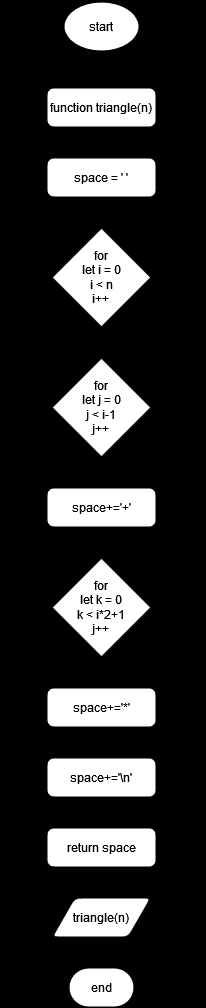
The draw.io diagram flowchart-diagram/print_triangle_algorithm.drawio.png in Destantomy/Dry-run-algorithm, before a commit. Source tidied: cells renumbered, new cells last; positions are measured from the earlier drawing's top-left corner, leaving out a move shared by most shapes.
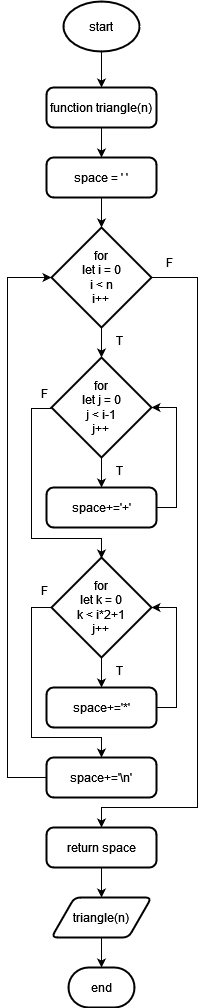
The same file after the commit.

Diff of the diagram source:
```diff
@@ -1,23 +1,23 @@
-<mxGraphModel background="#000000">
+<mxGraphModel>
   <root>
     <mxCell id="0" />
     <mxCell id="1" parent="0" />
-    <mxCell id="2" style="edgeStyle=orthogonalEdgeStyle;rounded=0;jettySize=auto;html=1;exitX=0.5;exitY=1;exitDx=0;exitDy=0;exitPerimeter=0;entryX=0.5;entryY=0;entryDx=0;entryDy=0;" parent="1" edge="1" source="3" target="5">
+    <mxCell id="2" style="edgeStyle=orthogonalEdgeStyle;rounded=0;jettySize=auto;html=1;exitX=0.5;exitY=1;exitDx=0;exitDy=0;exitPerimeter=0;entryX=0.5;entryY=0;entryDx=0;entryDy=0;strokeColor=#000000;" parent="1" edge="1" source="3" target="5">
       <mxGeometry relative="1" as="geometry" />
     </mxCell>
-    <mxCell id="3" value="start" style="strokeWidth=2;html=1;shape=mxgraph.flowchart.start_1;whiteSpace=wrap;" parent="1" vertex="1">
+    <mxCell id="3" value="start" style="strokeWidth=2;html=1;shape=mxgraph.flowchart.start_1;whiteSpace=wrap;strokeColor=#000000;" parent="1" vertex="1">
       <mxGeometry x="56" width="76" height="50" as="geometry" />
     </mxCell>
-    <mxCell id="4" style="edgeStyle=orthogonalEdgeStyle;rounded=0;jettySize=auto;html=1;exitX=0.5;exitY=1;exitDx=0;exitDy=0;entryX=0.5;entryY=0;entryDx=0;entryDy=0;" parent="1" edge="1" source="5" target="6">
+    <mxCell id="4" style="edgeStyle=orthogonalEdgeStyle;rounded=0;jettySize=auto;html=1;exitX=0.5;exitY=1;exitDx=0;exitDy=0;entryX=0.5;entryY=0;entryDx=0;entryDy=0;strokeColor=#000000;" parent="1" edge="1" source="5" target="6">
       <mxGeometry relative="1" as="geometry" />
     </mxCell>
-    <mxCell id="5" value="function triangle(n)" style="rounded=1;whiteSpace=wrap;html=1;absoluteArcSize=1;arcSize=14;strokeWidth=2;" parent="1" vertex="1">
+    <mxCell id="5" value="function triangle(n)" style="rounded=1;whiteSpace=wrap;html=1;absoluteArcSize=1;arcSize=14;strokeWidth=2;strokeColor=#000000;" parent="1" vertex="1">
       <mxGeometry x="39" y="86" width="110" height="40" as="geometry" />
     </mxCell>
-    <mxCell id="6" value="space = ' '" style="rounded=1;whiteSpace=wrap;html=1;absoluteArcSize=1;arcSize=14;strokeWidth=2;" parent="1" vertex="1">
+    <mxCell id="6" value="space = ' '" style="rounded=1;whiteSpace=wrap;html=1;absoluteArcSize=1;arcSize=14;strokeWidth=2;strokeColor=#000000;" parent="1" vertex="1">
       <mxGeometry x="39" y="156" width="110" height="40" as="geometry" />
     </mxCell>
-    <mxCell id="7" style="edgeStyle=orthogonalEdgeStyle;rounded=0;jettySize=auto;html=1;exitX=1;exitY=0.5;exitDx=0;exitDy=0;exitPerimeter=0;entryX=0.5;entryY=0;entryDx=0;entryDy=0;" parent="1" edge="1" source="8" target="24">
+    <mxCell id="7" style="edgeStyle=orthogonalEdgeStyle;rounded=0;jettySize=auto;html=1;exitX=1;exitY=0.5;exitDx=0;exitDy=0;exitPerimeter=0;entryX=0.5;entryY=0;entryDx=0;entryDy=0;strokeColor=#000000;" parent="1" edge="1" source="8" target="24">
       <mxGeometry relative="1" as="geometry">
         <Array as="points">
           <mxPoint x="190" y="276" />
@@ -26,22 +26,22 @@
         </Array>
       </mxGeometry>
     </mxCell>
-    <mxCell id="8" value="&lt;div&gt;for&lt;/div&gt;&lt;div&gt;let i = 0&lt;/div&gt;&lt;div&gt;i &amp;lt; n&lt;/div&gt;&lt;div&gt;i++&lt;br&gt;&lt;/div&gt;" style="strokeWidth=2;html=1;shape=mxgraph.flowchart.decision;whiteSpace=wrap;" parent="1" vertex="1">
+    <mxCell id="8" value="&lt;div&gt;for&lt;/div&gt;&lt;div&gt;let i = 0&lt;/div&gt;&lt;div&gt;i &amp;lt; n&lt;/div&gt;&lt;div&gt;i++&lt;br&gt;&lt;/div&gt;" style="strokeWidth=2;html=1;shape=mxgraph.flowchart.decision;whiteSpace=wrap;strokeColor=#000000;" parent="1" vertex="1">
       <mxGeometry x="44" y="226" width="100" height="100" as="geometry" />
     </mxCell>
-    <mxCell id="9" style="edgeStyle=orthogonalEdgeStyle;rounded=0;jettySize=auto;html=1;exitX=0.5;exitY=1;exitDx=0;exitDy=0;exitPerimeter=0;entryX=0.5;entryY=0;entryDx=0;entryDy=0;" parent="1" edge="1" source="10" target="11">
+    <mxCell id="9" style="edgeStyle=orthogonalEdgeStyle;rounded=0;jettySize=auto;html=1;exitX=0.5;exitY=1;exitDx=0;exitDy=0;exitPerimeter=0;entryX=0.5;entryY=0;entryDx=0;entryDy=0;strokeColor=#000000;" parent="1" edge="1" source="10" target="11">
       <mxGeometry relative="1" as="geometry" />
     </mxCell>
-    <mxCell id="10" value="&lt;div&gt;for&lt;/div&gt;&lt;div&gt;let j = 0&lt;/div&gt;&lt;div&gt;j &amp;lt; i-1&lt;br&gt;&lt;/div&gt;&lt;div&gt;j++&lt;br&gt;&lt;/div&gt;" style="strokeWidth=2;html=1;shape=mxgraph.flowchart.decision;whiteSpace=wrap;" parent="1" vertex="1">
+    <mxCell id="10" value="&lt;div&gt;for&lt;/div&gt;&lt;div&gt;let j = 0&lt;/div&gt;&lt;div&gt;j &amp;lt; i-1&lt;br&gt;&lt;/div&gt;&lt;div&gt;j++&lt;br&gt;&lt;/div&gt;" style="strokeWidth=2;html=1;shape=mxgraph.flowchart.decision;whiteSpace=wrap;strokeColor=#000000;" parent="1" vertex="1">
       <mxGeometry x="44" y="356" width="100" height="100" as="geometry" />
     </mxCell>
-    <mxCell id="11" value="space+='+'" style="rounded=1;whiteSpace=wrap;html=1;absoluteArcSize=1;arcSize=14;strokeWidth=2;" parent="1" vertex="1">
+    <mxCell id="11" value="space+='+'" style="rounded=1;whiteSpace=wrap;html=1;absoluteArcSize=1;arcSize=14;strokeWidth=2;strokeColor=#000000;" parent="1" vertex="1">
       <mxGeometry x="39" y="486" width="110" height="40" as="geometry" />
     </mxCell>
-    <mxCell id="12" style="edgeStyle=orthogonalEdgeStyle;rounded=0;jettySize=auto;html=1;exitX=0.5;exitY=1;exitDx=0;exitDy=0;exitPerimeter=0;entryX=0.5;entryY=0;entryDx=0;entryDy=0;" parent="1" edge="1" source="14" target="15">
+    <mxCell id="12" style="edgeStyle=orthogonalEdgeStyle;rounded=0;jettySize=auto;html=1;exitX=0.5;exitY=1;exitDx=0;exitDy=0;exitPerimeter=0;entryX=0.5;entryY=0;entryDx=0;entryDy=0;strokeColor=#000000;" parent="1" edge="1" source="14" target="15">
       <mxGeometry relative="1" as="geometry" />
     </mxCell>
-    <mxCell id="13" style="edgeStyle=orthogonalEdgeStyle;rounded=0;jettySize=auto;html=1;exitX=0;exitY=0.5;exitDx=0;exitDy=0;exitPerimeter=0;entryX=0.5;entryY=0;entryDx=0;entryDy=0;" parent="1" edge="1" source="14" target="21">
+    <mxCell id="13" style="edgeStyle=orthogonalEdgeStyle;rounded=0;jettySize=auto;html=1;exitX=0;exitY=0.5;exitDx=0;exitDy=0;exitPerimeter=0;entryX=0.5;entryY=0;entryDx=0;entryDy=0;strokeColor=#000000;" parent="1" edge="1" source="14" target="21">
       <mxGeometry relative="1" as="geometry">
         <Array as="points">
           <mxPoint x="24" y="606" />
@@ -50,22 +50,22 @@
         </Array>
       </mxGeometry>
     </mxCell>
-    <mxCell id="14" value="&lt;div&gt;for&lt;/div&gt;&lt;div&gt;let k = 0&lt;/div&gt;&lt;div&gt;k &amp;lt; i*2+1&lt;br&gt;&lt;/div&gt;&lt;div&gt;j++&lt;br&gt;&lt;/div&gt;" style="strokeWidth=2;html=1;shape=mxgraph.flowchart.decision;whiteSpace=wrap;" parent="1" vertex="1">
+    <mxCell id="14" value="&lt;div&gt;for&lt;/div&gt;&lt;div&gt;let k = 0&lt;/div&gt;&lt;div&gt;k &amp;lt; i*2+1&lt;br&gt;&lt;/div&gt;&lt;div&gt;j++&lt;br&gt;&lt;/div&gt;" style="strokeWidth=2;html=1;shape=mxgraph.flowchart.decision;whiteSpace=wrap;strokeColor=#000000;" parent="1" vertex="1">
       <mxGeometry x="44" y="556" width="100" height="100" as="geometry" />
     </mxCell>
-    <mxCell id="15" value="space+='*'" style="rounded=1;whiteSpace=wrap;html=1;absoluteArcSize=1;arcSize=14;strokeWidth=2;" parent="1" vertex="1">
+    <mxCell id="15" value="space+='*'" style="rounded=1;whiteSpace=wrap;html=1;absoluteArcSize=1;arcSize=14;strokeWidth=2;strokeColor=#000000;" parent="1" vertex="1">
       <mxGeometry x="39" y="686" width="110" height="40" as="geometry" />
     </mxCell>
-    <mxCell id="16" style="edgeStyle=orthogonalEdgeStyle;rounded=0;jettySize=auto;html=1;exitX=0.5;exitY=1;exitDx=0;exitDy=0;entryX=0.5;entryY=0;entryDx=0;entryDy=0;entryPerimeter=0;" parent="1" edge="1" source="6" target="8">
+    <mxCell id="16" style="edgeStyle=orthogonalEdgeStyle;rounded=0;jettySize=auto;html=1;exitX=0.5;exitY=1;exitDx=0;exitDy=0;entryX=0.5;entryY=0;entryDx=0;entryDy=0;entryPerimeter=0;strokeColor=#000000;" parent="1" edge="1" source="6" target="8">
       <mxGeometry relative="1" as="geometry" />
     </mxCell>
-    <mxCell id="17" style="edgeStyle=orthogonalEdgeStyle;rounded=0;jettySize=auto;html=1;exitX=0.5;exitY=1;exitDx=0;exitDy=0;exitPerimeter=0;entryX=0.5;entryY=0;entryDx=0;entryDy=0;entryPerimeter=0;" parent="1" edge="1" source="8" target="10">
+    <mxCell id="17" style="edgeStyle=orthogonalEdgeStyle;rounded=0;jettySize=auto;html=1;exitX=0.5;exitY=1;exitDx=0;exitDy=0;exitPerimeter=0;entryX=0.5;entryY=0;entryDx=0;entryDy=0;entryPerimeter=0;strokeColor=#000000;" parent="1" edge="1" source="8" target="10">
       <mxGeometry relative="1" as="geometry" />
     </mxCell>
-    <mxCell id="18" style="edgeStyle=orthogonalEdgeStyle;rounded=0;jettySize=auto;html=1;exitX=1;exitY=0.5;exitDx=0;exitDy=0;entryX=1;entryY=0.5;entryDx=0;entryDy=0;entryPerimeter=0;" parent="1" edge="1" source="11" target="10">
+    <mxCell id="18" style="edgeStyle=orthogonalEdgeStyle;rounded=0;jettySize=auto;html=1;exitX=1;exitY=0.5;exitDx=0;exitDy=0;entryX=1;entryY=0.5;entryDx=0;entryDy=0;entryPerimeter=0;strokeColor=#000000;" parent="1" edge="1" source="11" target="10">
       <mxGeometry relative="1" as="geometry" />
     </mxCell>
-    <mxCell id="19" style="edgeStyle=orthogonalEdgeStyle;rounded=0;orthogonalLoop=1;jettySize=auto;html=1;exitX=0;exitY=0.5;exitDx=0;exitDy=0;exitPerimeter=0;entryX=0.5;entryY=0;entryDx=0;entryDy=0;entryPerimeter=0;" parent="1" edge="1">
+    <mxCell id="19" style="edgeStyle=orthogonalEdgeStyle;rounded=0;orthogonalLoop=1;jettySize=auto;html=1;exitX=0;exitY=0.5;exitDx=0;exitDy=0;exitPerimeter=0;entryX=0.5;entryY=0;entryDx=0;entryDy=0;entryPerimeter=0;strokeColor=#000000;" parent="1" edge="1">
       <mxGeometry relative="1" as="geometry">
         <mxPoint x="44" y="407" as="sourcePoint" />
         <mxPoint x="94" y="557" as="targetPoint" />
@@ -76,13 +76,13 @@
         </Array>
       </mxGeometry>
     </mxCell>
-    <mxCell id="20" style="edgeStyle=orthogonalEdgeStyle;rounded=0;jettySize=auto;html=1;exitX=1;exitY=0.5;exitDx=0;exitDy=0;entryX=1;entryY=0.5;entryDx=0;entryDy=0;entryPerimeter=0;" parent="1" edge="1" source="15" target="14">
+    <mxCell id="20" style="edgeStyle=orthogonalEdgeStyle;rounded=0;jettySize=auto;html=1;exitX=1;exitY=0.5;exitDx=0;exitDy=0;entryX=1;entryY=0.5;entryDx=0;entryDy=0;entryPerimeter=0;strokeColor=#000000;" parent="1" edge="1" source="15" target="14">
       <mxGeometry relative="1" as="geometry" />
     </mxCell>
-    <mxCell id="21" value="space+='\n'" style="rounded=1;whiteSpace=wrap;html=1;absoluteArcSize=1;arcSize=14;strokeWidth=2;" parent="1" vertex="1">
+    <mxCell id="21" value="space+='\n'" style="rounded=1;whiteSpace=wrap;html=1;absoluteArcSize=1;arcSize=14;strokeWidth=2;strokeColor=#000000;" parent="1" vertex="1">
       <mxGeometry x="39" y="756" width="110" height="40" as="geometry" />
     </mxCell>
-    <mxCell id="22" style="edgeStyle=orthogonalEdgeStyle;rounded=0;jettySize=auto;html=1;exitX=0;exitY=0.5;exitDx=0;exitDy=0;entryX=0;entryY=0.5;entryDx=0;entryDy=0;entryPerimeter=0;" parent="1" edge="1" source="21" target="8">
+    <mxCell id="22" style="edgeStyle=orthogonalEdgeStyle;rounded=0;jettySize=auto;html=1;exitX=0;exitY=0.5;exitDx=0;exitDy=0;entryX=0;entryY=0.5;entryDx=0;entryDy=0;entryPerimeter=0;strokeColor=#000000;" parent="1" edge="1" source="21" target="8">
       <mxGeometry relative="1" as="geometry">
         <Array as="points">
           <mxPoint y="776" />
@@ -90,37 +90,37 @@
         </Array>
       </mxGeometry>
     </mxCell>
-    <mxCell id="23" style="edgeStyle=orthogonalEdgeStyle;rounded=0;jettySize=auto;html=1;exitX=0.5;exitY=1;exitDx=0;exitDy=0;entryX=0.5;entryY=0;entryDx=0;entryDy=0;" parent="1" edge="1" source="24" target="25">
+    <mxCell id="23" style="edgeStyle=orthogonalEdgeStyle;rounded=0;jettySize=auto;html=1;exitX=0.5;exitY=1;exitDx=0;exitDy=0;entryX=0.5;entryY=0;entryDx=0;entryDy=0;strokeColor=#000000;" parent="1" edge="1" source="24" target="25">
       <mxGeometry relative="1" as="geometry" />
     </mxCell>
-    <mxCell id="24" value="return space" style="rounded=1;whiteSpace=wrap;html=1;absoluteArcSize=1;arcSize=14;strokeWidth=2;" parent="1" vertex="1">
+    <mxCell id="24" value="return space" style="rounded=1;whiteSpace=wrap;html=1;absoluteArcSize=1;arcSize=14;strokeWidth=2;strokeColor=#000000;" parent="1" vertex="1">
       <mxGeometry x="39" y="826" width="110" height="40" as="geometry" />
     </mxCell>
-    <mxCell id="25" value="triangle(n)" style="shape=parallelogram;html=1;strokeWidth=2;perimeter=parallelogramPerimeter;whiteSpace=wrap;rounded=1;arcSize=12;size=0.23;" parent="1" vertex="1">
+    <mxCell id="25" value="triangle(n)" style="shape=parallelogram;html=1;strokeWidth=2;perimeter=parallelogramPerimeter;whiteSpace=wrap;rounded=1;arcSize=12;size=0.23;strokeColor=#000000;" parent="1" vertex="1">
       <mxGeometry x="44" y="896" width="100" height="40" as="geometry" />
     </mxCell>
-    <mxCell id="26" value="end" style="strokeWidth=2;html=1;shape=mxgraph.flowchart.terminator;whiteSpace=wrap;" parent="1" vertex="1">
+    <mxCell id="26" value="end" style="strokeWidth=2;html=1;shape=mxgraph.flowchart.terminator;whiteSpace=wrap;strokeColor=#000000;" parent="1" vertex="1">
       <mxGeometry x="61" y="966" width="66" height="40" as="geometry" />
     </mxCell>
-    <mxCell id="27" style="edgeStyle=orthogonalEdgeStyle;rounded=0;jettySize=auto;html=1;exitX=0.5;exitY=1;exitDx=0;exitDy=0;entryX=0.5;entryY=0;entryDx=0;entryDy=0;entryPerimeter=0;" parent="1" edge="1" source="25" target="26">
+    <mxCell id="27" style="edgeStyle=orthogonalEdgeStyle;rounded=0;jettySize=auto;html=1;exitX=0.5;exitY=1;exitDx=0;exitDy=0;entryX=0.5;entryY=0;entryDx=0;entryDy=0;entryPerimeter=0;strokeColor=#000000;" parent="1" edge="1" source="25" target="26">
       <mxGeometry relative="1" as="geometry" />
     </mxCell>
-    <mxCell id="28" value="T" style="text;html=1;align=center;verticalAlign=middle;whiteSpace=wrap;rounded=0;" parent="1" vertex="1">
+    <mxCell id="28" value="T" style="text;html=1;align=center;verticalAlign=middle;whiteSpace=wrap;rounded=0;strokeColor=none;" parent="1" vertex="1">
       <mxGeometry x="94" y="324" width="36" height="30" as="geometry" />
     </mxCell>
-    <mxCell id="29" value="T" style="text;html=1;align=center;verticalAlign=middle;whiteSpace=wrap;rounded=0;" parent="1" vertex="1">
+    <mxCell id="29" value="T" style="text;html=1;align=center;verticalAlign=middle;whiteSpace=wrap;rounded=0;strokeColor=none;" parent="1" vertex="1">
       <mxGeometry x="94" y="454" width="36" height="30" as="geometry" />
     </mxCell>
-    <mxCell id="30" value="T" style="text;html=1;align=center;verticalAlign=middle;whiteSpace=wrap;rounded=0;" parent="1" vertex="1">
+    <mxCell id="30" value="T" style="text;html=1;align=center;verticalAlign=middle;whiteSpace=wrap;rounded=0;strokeColor=none;" parent="1" vertex="1">
       <mxGeometry x="94" y="654" width="36" height="30" as="geometry" />
     </mxCell>
-    <mxCell id="31" value="F" style="text;html=1;align=center;verticalAlign=middle;whiteSpace=wrap;rounded=0;" parent="1" vertex="1">
+    <mxCell id="31" value="F" style="text;html=1;align=center;verticalAlign=middle;whiteSpace=wrap;rounded=0;strokeColor=none;" parent="1" vertex="1">
       <mxGeometry x="144" y="246" width="36" height="30" as="geometry" />
     </mxCell>
-    <mxCell id="32" value="F" style="text;html=1;align=center;verticalAlign=middle;whiteSpace=wrap;rounded=0;" parent="1" vertex="1">
+    <mxCell id="32" value="F" style="text;html=1;align=center;verticalAlign=middle;whiteSpace=wrap;rounded=0;strokeColor=none;" parent="1" vertex="1">
       <mxGeometry x="19" y="377" width="36" height="30" as="geometry" />
     </mxCell>
-    <mxCell id="33" value="F" style="text;html=1;align=center;verticalAlign=middle;whiteSpace=wrap;rounded=0;" parent="1" vertex="1">
+    <mxCell id="33" value="F" style="text;html=1;align=center;verticalAlign=middle;whiteSpace=wrap;rounded=0;strokeColor=none;" parent="1" vertex="1">
       <mxGeometry x="19" y="574" width="36" height="30" as="geometry" />
     </mxCell>
   </root>
```
